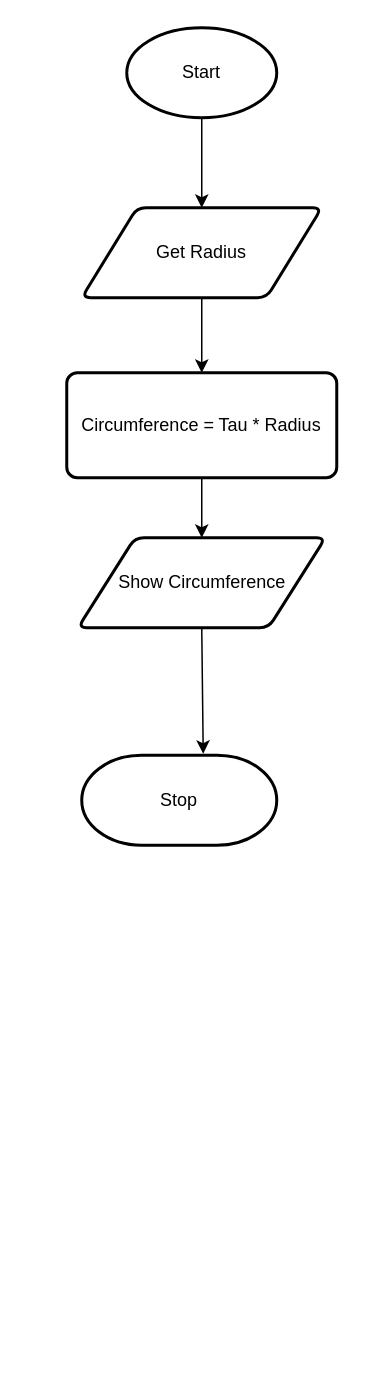
This is flowchart.drawio from Ethan-Prieur1/ICS3U-Unit6-06-Python, a draw.io file, before an edit. Source tidied: cells renumbered, new cells numbered last; positions are measured from the earlier drawing's top-left corner, leaving out a move shared by most shapes. Both pictures are drawn from the tidied source at 150%, with x=0, y=0 at pixel (66, 27).
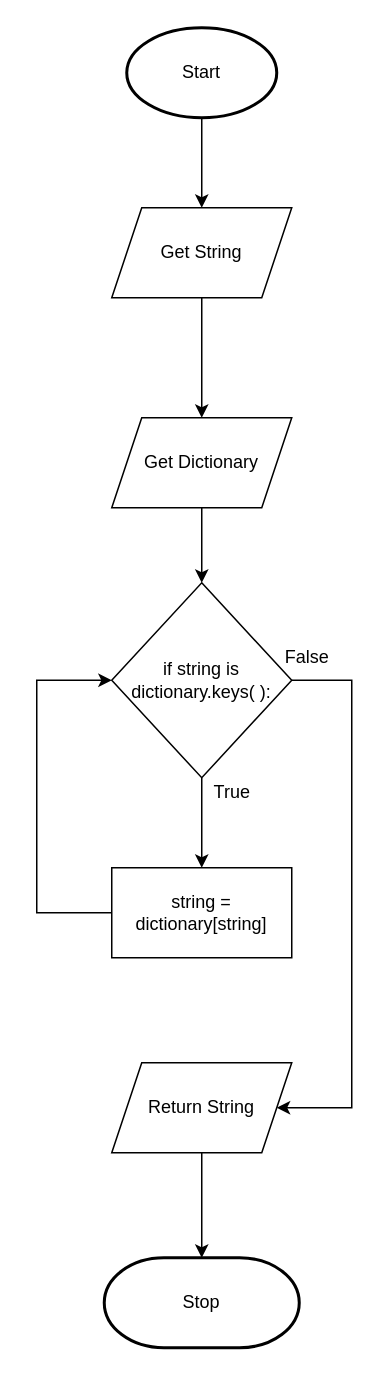
After the change.

The change refers to these unchanged cells:
```xml
<mxCell id="3" value="Start" style="strokeWidth=2;html=1;shape=mxgraph.flowchart.start_1;whiteSpace=wrap;" parent="1" vertex="1">
  <mxGeometry x="40" width="100" height="60" as="geometry" />
</mxCell>
```

Diff of the diagram source:
```diff
@@
-    <mxCell id="2" style="edgeStyle=none;html=1;exitX=0.5;exitY=1;exitDx=0;exitDy=0;exitPerimeter=0;entryX=0.5;entryY=0;entryDx=0;entryDy=0;" parent="1" edge="1" source="3" target="5">
-      <mxGeometry relative="1" as="geometry" />
+    <mxCell id="2" style="edgeStyle=none;html=1;exitX=0.5;exitY=1;exitDx=0;exitDy=0;exitPerimeter=0;entryX=0.5;entryY=0;entryDx=0;entryDy=0;" parent="1" edge="1" source="3">
+      <mxGeometry relative="1" as="geometry">
+        <mxPoint x="90" y="120" as="targetPoint" />
+      </mxGeometry>
     </mxCell>
@@
+    <mxCell id="10" value="Stop" style="strokeWidth=2;html=1;shape=mxgraph.flowchart.terminator;whiteSpace=wrap;" parent="1" vertex="1">
+      <mxGeometry x="25" y="820" width="130" height="60" as="geometry" />
+    </mxCell>
+    <mxCell id="11" style="edgeStyle=none;html=1;" parent="1" edge="1" source="4" target="16">
+      <mxGeometry relative="1" as="geometry" />
+    </mxCell>
+    <mxCell id="12" style="edgeStyle=none;rounded=0;html=1;entryX=1;entryY=0.5;entryDx=0;entryDy=0;" parent="1" edge="1" source="4" target="18">
+      <mxGeometry relative="1" as="geometry">
+        <Array as="points">
+          <mxPoint x="190" y="435" />
+          <mxPoint x="190" y="720" />
+        </Array>
+      </mxGeometry>
+    </mxCell>
-    <mxCell id="4" style="edgeStyle=none;html=1;exitX=0.5;exitY=1;exitDx=0;exitDy=0;entryX=0.5;entryY=0;entryDx=0;entryDy=0;" parent="1" edge="1" source="5" target="7">
-      <mxGeometry relative="1" as="geometry" />
+    <mxCell id="4" value="if string is dictionary.keys( ):" style="rhombus;whiteSpace=wrap;html=1;" parent="1" vertex="1">
+      <mxGeometry x="30" y="370" width="120" height="130" as="geometry" />
     </mxCell>
-    <mxCell id="5" value="Get Radius" style="shape=parallelogram;html=1;strokeWidth=2;perimeter=parallelogramPerimeter;whiteSpace=wrap;rounded=1;arcSize=12;size=0.23;" parent="1" vertex="1">
-      <mxGeometry x="10" y="120" width="160" height="60" as="geometry" />
-    </mxCell>
+    <mxCell id="13" style="edgeStyle=none;html=1;" parent="1" edge="1" source="6" target="8">
+      <mxGeometry relative="1" as="geometry" />
+    </mxCell>
-    <mxCell id="6" style="edgeStyle=none;html=1;exitX=0.5;exitY=1;exitDx=0;exitDy=0;entryX=0.5;entryY=0;entryDx=0;entryDy=0;" parent="1" edge="1" source="7" target="9">
-      <mxGeometry relative="1" as="geometry" />
+    <mxCell id="6" value="Get String" style="shape=parallelogram;perimeter=parallelogramPerimeter;whiteSpace=wrap;html=1;fixedSize=1;" parent="1" vertex="1">
+      <mxGeometry x="30" y="120" width="120" height="60" as="geometry" />
     </mxCell>
-    <mxCell id="7" value="Circumference = Tau * Radius" style="rounded=1;whiteSpace=wrap;html=1;absoluteArcSize=1;arcSize=14;strokeWidth=2;" parent="1" vertex="1">
-      <mxGeometry y="230" width="180" height="70" as="geometry" />
-    </mxCell>
+    <mxCell id="14" style="edgeStyle=none;html=1;" parent="1" edge="1" source="8" target="4">
+      <mxGeometry relative="1" as="geometry" />
+    </mxCell>
-    <mxCell id="8" style="edgeStyle=none;html=1;exitX=0.5;exitY=1;exitDx=0;exitDy=0;entryX=0.623;entryY=-0.017;entryDx=0;entryDy=0;entryPerimeter=0;" parent="1" edge="1" source="9" target="10">
-      <mxGeometry relative="1" as="geometry" />
+    <mxCell id="8" value="Get Dictionary" style="shape=parallelogram;perimeter=parallelogramPerimeter;whiteSpace=wrap;html=1;fixedSize=1;" parent="1" vertex="1">
+      <mxGeometry x="30" y="260" width="120" height="60" as="geometry" />
     </mxCell>
-    <mxCell id="9" value="Show Circumference" style="shape=parallelogram;html=1;strokeWidth=2;perimeter=parallelogramPerimeter;whiteSpace=wrap;rounded=1;arcSize=12;size=0.23;" parent="1" vertex="1">
-      <mxGeometry x="7.5" y="340" width="165" height="60" as="geometry" />
-    </mxCell>
-    <mxCell id="10" value="Stop" style="strokeWidth=2;html=1;shape=mxgraph.flowchart.terminator;whiteSpace=wrap;" parent="1" vertex="1">
-      <mxGeometry x="10" y="485" width="130" height="60" as="geometry" />
-    </mxCell>
+    <mxCell id="15" style="edgeStyle=none;html=1;entryX=0;entryY=0.5;entryDx=0;entryDy=0;rounded=0;" parent="1" edge="1" source="16" target="4">
+      <mxGeometry relative="1" as="geometry">
+        <Array as="points">
+          <mxPoint x="-20" y="590" />
+          <mxPoint x="-20" y="435" />
+        </Array>
+      </mxGeometry>
+    </mxCell>
+    <mxCell id="16" value="string = dictionary[string]" style="whiteSpace=wrap;html=1;" parent="1" vertex="1">
+      <mxGeometry x="30" y="560" width="120" height="60" as="geometry" />
+    </mxCell>
+    <mxCell id="17" style="edgeStyle=none;rounded=0;html=1;" parent="1" edge="1" source="18" target="10">
+      <mxGeometry relative="1" as="geometry" />
+    </mxCell>
+    <mxCell id="18" value="Return String" style="shape=parallelogram;perimeter=parallelogramPerimeter;whiteSpace=wrap;html=1;fixedSize=1;" parent="1" vertex="1">
+      <mxGeometry x="30" y="690" width="120" height="60" as="geometry" />
+    </mxCell>
+    <mxCell id="19" value="True" style="text;html=1;align=center;verticalAlign=middle;strokeColor=none;fillColor=none;" parent="1" vertex="1">
+      <mxGeometry x="90" y="500" width="40" height="20" as="geometry" />
+    </mxCell>
+    <mxCell id="20" value="False" style="text;html=1;align=center;verticalAlign=middle;strokeColor=none;fillColor=none;" parent="1" vertex="1">
+      <mxGeometry x="135" y="410" width="50" height="20" as="geometry" />
+    </mxCell>
```
